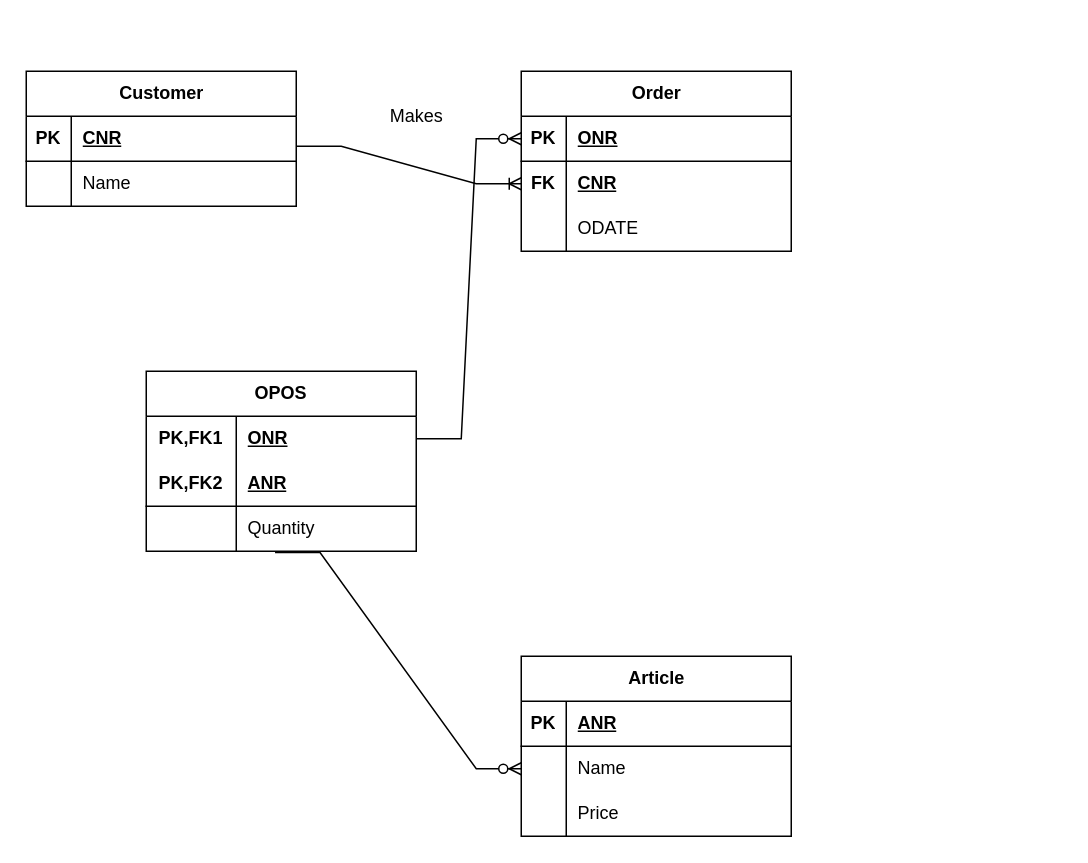
Before: PracticeW1L2T1.drawio in Az1mzhan/DBMS, a draw.io diagram. Source tidied: cells renumbered, new cells numbered last; positions are measured from the earlier drawing's top-left corner, leaving out a move shared by most shapes. Both pictures are drawn from the tidied source at 150%, with x=0, y=0 at pixel (26, 70).
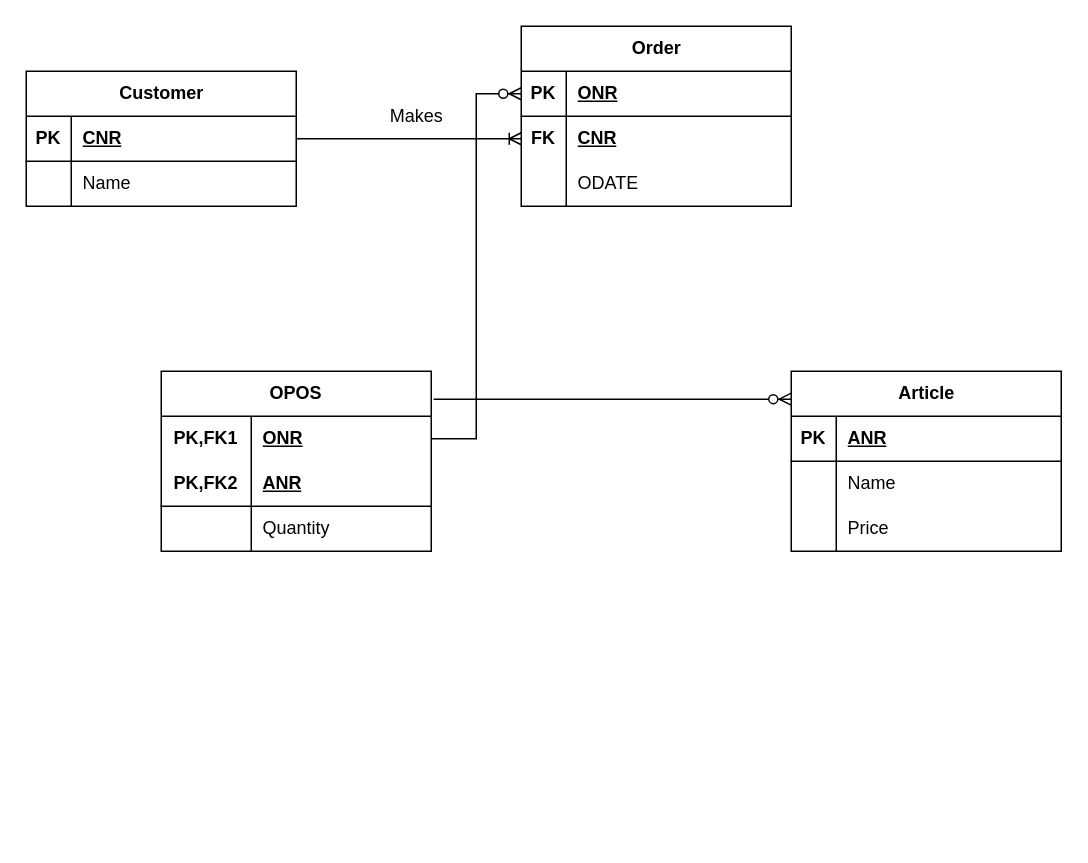
The same page after the edit.

The change refers to these unchanged cells:
```xml
<mxCell id="3" style="shape=tableRow;horizontal=0;startSize=0;swimlaneHead=0;swimlaneBody=0;fillColor=none;points=[[0,0.5],[1,0.5]];portConstraint=eastwest;top=0;left=0;right=0;bottom=1;" parent="2" vertex="1">
  <mxGeometry y="30" width="180" height="30" as="geometry" />
</mxCell>
<mxCell id="10" style="shape=tableRow;horizontal=0;startSize=0;swimlaneHead=0;swimlaneBody=0;fillColor=none;points=[[0,0.5],[1,0.5]];portConstraint=eastwest;top=0;left=0;right=0;bottom=1;" parent="9" vertex="1">
  <mxGeometry y="30" width="180" height="30" as="geometry" />
</mxCell>
<mxCell id="13" style="shape=tableRow;horizontal=0;startSize=0;swimlaneHead=0;swimlaneBody=0;fillColor=none;points=[[0,0.5],[1,0.5]];portConstraint=eastwest;top=0;left=0;right=0;bottom=0;" parent="9" vertex="1">
  <mxGeometry y="60" width="180" height="30" as="geometry" />
</mxCell>
<mxCell id="23" style="shape=tableRow;horizontal=0;startSize=0;swimlaneHead=0;swimlaneBody=0;fillColor=none;points=[[0,0.5],[1,0.5]];portConstraint=eastwest;top=0;left=0;right=0;bottom=0;" parent="19" vertex="1">
  <mxGeometry y="60" width="180" height="30" as="geometry" />
</mxCell>
<mxCell id="30" style="shape=tableRow;horizontal=0;startSize=0;swimlaneHead=0;swimlaneBody=0;fillColor=none;points=[[0,0.5],[1,0.5]];portConstraint=eastwest;top=0;left=0;right=0;bottom=0;html=1;" parent="29" vertex="1">
  <mxGeometry y="30" width="180" height="30" as="geometry" />
</mxCell>
<mxCell id="36" style="shape=tableRow;horizontal=0;startSize=0;swimlaneHead=0;swimlaneBody=0;fillColor=none;points=[[0,0.5],[1,0.5]];portConstraint=eastwest;top=0;left=0;right=0;bottom=0;html=1;" parent="29" vertex="1">
  <mxGeometry y="90" width="180" height="30" as="geometry" />
</mxCell>
```

Diff of the diagram source:
```diff
@@
     <mxCell id="9" value="Order" style="shape=table;startSize=30;childLayout=tableLayout;rowLines=0;fontStyle=1;align=center;html=1;" parent="1" vertex="1">
-      <mxGeometry x="330" width="180" height="120" as="geometry" />
+      <mxGeometry x="330" y="-30" width="180" height="120" as="geometry" />
     </mxCell>
@@
     <mxCell id="19" value="Article" style="shape=table;startSize=30;childLayout=tableLayout;rowLines=0;fontStyle=1;align=center;html=1;" parent="1" vertex="1">
-      <mxGeometry x="330" y="390" width="180" height="120" as="geometry" />
+      <mxGeometry x="510" y="200" width="180" height="120" as="geometry" />
     </mxCell>
@@
     <mxCell id="29" value="OPOS" style="shape=table;startSize=30;childLayout=tableLayout;rowLines=0;fontStyle=1;align=center;html=1;whiteSpace=wrap;" parent="1" vertex="1">
-      <mxGeometry x="80" y="200" width="180" height="120" as="geometry" />
+      <mxGeometry x="90" y="200" width="180" height="120" as="geometry" />
     </mxCell>
@@
-    <mxCell id="39" style="edgeStyle=entityRelationEdgeStyle;fontSize=12;html=1;endArrow=ERoneToMany;rounded=0;entryX=0;entryY=0.5;entryDx=0;entryDy=0;" parent="1" edge="1" target="13">
-      <mxGeometry relative="1" as="geometry">
-        <mxPoint x="180" y="50" as="sourcePoint" />
-      </mxGeometry>
+    <mxCell id="39" style="edgeStyle=entityRelationEdgeStyle;fontSize=12;html=1;endArrow=ERoneToMany;rounded=0;entryX=0;entryY=0.5;entryDx=0;entryDy=0;exitX=1;exitY=0.5;exitDx=0;exitDy=0;" parent="1" edge="1" source="3" target="13">
+      <mxGeometry relative="1" as="geometry" />
     </mxCell>
@@
-    <mxCell id="41" style="edgeStyle=entityRelationEdgeStyle;fontSize=12;html=1;endArrow=ERzeroToMany;endFill=1;rounded=0;entryX=0;entryY=0.5;entryDx=0;entryDy=0;" parent="1" edge="1" source="30" target="10">
+    <mxCell id="41" style="edgeStyle=entityRelationEdgeStyle;fontSize=12;html=1;endArrow=ERzeroToMany;endFill=1;rounded=0;entryX=0;entryY=0.5;entryDx=0;entryDy=0;exitX=1;exitY=0.5;exitDx=0;exitDy=0;" parent="1" edge="1" source="30" target="10">
       <mxGeometry relative="1" as="geometry" />
     </mxCell>
-    <mxCell id="42" style="edgeStyle=entityRelationEdgeStyle;fontSize=12;html=1;endArrow=ERzeroToMany;endFill=1;rounded=0;entryX=0;entryY=0.5;entryDx=0;entryDy=0;exitX=0.477;exitY=1.027;exitDx=0;exitDy=0;exitPerimeter=0;" parent="1" edge="1" source="36" target="23">
+    <mxCell id="42" style="edgeStyle=entityRelationEdgeStyle;fontSize=12;html=1;endArrow=ERzeroToMany;endFill=1;rounded=0;exitX=1.009;exitY=0.155;exitDx=0;exitDy=0;exitPerimeter=0;entryX=0;entryY=0.155;entryDx=0;entryDy=0;entryPerimeter=0;" parent="1" edge="1" source="29" target="19">
       <mxGeometry relative="1" as="geometry" />
     </mxCell>
```
